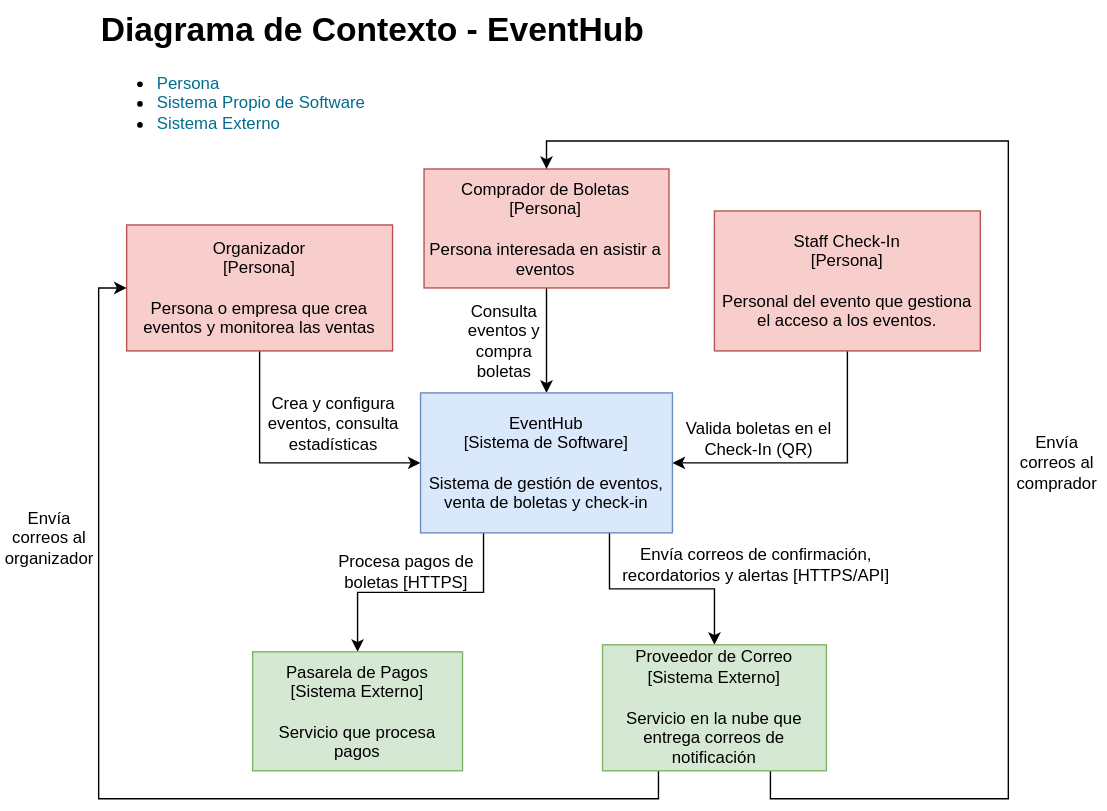
This is docs/diagramas/c1-contexto.svg from vargasesc17/EventHub, a draw.io export, as it was before one commit. Source tidied: cells renumbered, new cells last; positions are measured from the earlier drawing's top-left corner, leaving out a move shared by most shapes. The source it was exported from:
```xml
<mxGraphModel>
  <root>
    <mxCell id="0" />
    <mxCell id="1" parent="0" />
    <mxCell id="2" style="edgeStyle=orthogonalEdgeStyle;rounded=0;jettySize=auto;html=1;exitX=0.5;exitY=1;exitDx=0;exitDy=0;entryX=0;entryY=0.5;entryDx=0;entryDy=0;defaultLabelBackgroundColor=page;" parent="1" edge="1" source="3" target="10">
      <mxGeometry relative="1" as="geometry" />
    </mxCell>
    <mxCell id="3" value="Organizador&lt;div&gt;[Persona]&lt;/div&gt;&lt;div&gt;&lt;br&gt;&lt;/div&gt;&lt;div&gt;Persona o empresa que crea eventos y monitorea las ventas&lt;/div&gt;" style="rounded=0;whiteSpace=wrap;html=1;fillColor=#f8cecc;strokeColor=#b85450;" parent="1" vertex="1">
      <mxGeometry x="90" y="160" width="190" height="90" as="geometry" />
    </mxCell>
    <mxCell id="4" style="edgeStyle=orthogonalEdgeStyle;rounded=0;jettySize=auto;html=1;exitX=0.5;exitY=1;exitDx=0;exitDy=0;entryX=0.5;entryY=0;entryDx=0;entryDy=0;defaultLabelBackgroundColor=page;" parent="1" edge="1" source="5" target="10">
      <mxGeometry relative="1" as="geometry" />
    </mxCell>
    <mxCell id="5" value="Comprador de Boletas&lt;div&gt;[Persona]&lt;/div&gt;&lt;div&gt;&lt;br&gt;&lt;/div&gt;&lt;div&gt;Persona interesada en asistir a eventos&lt;/div&gt;" style="rounded=0;whiteSpace=wrap;html=1;fillColor=#f8cecc;strokeColor=#b85450;" parent="1" vertex="1">
      <mxGeometry x="302.5" y="120" width="175" height="85" as="geometry" />
    </mxCell>
    <mxCell id="6" style="edgeStyle=orthogonalEdgeStyle;rounded=0;jettySize=auto;html=1;exitX=0.5;exitY=1;exitDx=0;exitDy=0;entryX=1;entryY=0.5;entryDx=0;entryDy=0;defaultLabelBackgroundColor=page;" parent="1" edge="1" source="7" target="10">
      <mxGeometry relative="1" as="geometry" />
    </mxCell>
    <mxCell id="7" value="Staff Check-In&lt;div&gt;[Persona]&lt;/div&gt;&lt;div&gt;&lt;br&gt;&lt;/div&gt;&lt;div&gt;Personal del evento que gestiona el acceso a los eventos.&lt;/div&gt;" style="rounded=0;whiteSpace=wrap;html=1;fillColor=#f8cecc;strokeColor=#b85450;" parent="1" vertex="1">
      <mxGeometry x="510" y="150" width="190" height="100" as="geometry" />
    </mxCell>
    <mxCell id="8" style="edgeStyle=orthogonalEdgeStyle;rounded=0;jettySize=auto;html=1;exitX=0.25;exitY=1;exitDx=0;exitDy=0;entryX=0.5;entryY=0;entryDx=0;entryDy=0;defaultLabelBackgroundColor=page;" parent="1" edge="1" source="10" target="14">
      <mxGeometry relative="1" as="geometry" />
    </mxCell>
    <mxCell id="9" style="edgeStyle=orthogonalEdgeStyle;rounded=0;jettySize=auto;html=1;exitX=0.75;exitY=1;exitDx=0;exitDy=0;entryX=0.5;entryY=0;entryDx=0;entryDy=0;defaultLabelBackgroundColor=page;" parent="1" edge="1" source="10" target="17">
      <mxGeometry relative="1" as="geometry" />
    </mxCell>
    <mxCell id="10" value="EventHub&lt;div&gt;[Sistema de Software]&lt;/div&gt;&lt;div&gt;&lt;br&gt;&lt;/div&gt;&lt;div&gt;Sistema de gestión de eventos, venta de boletas y check-in&lt;/div&gt;" style="rounded=0;whiteSpace=wrap;html=1;fillColor=#dae8fc;strokeColor=#6c8ebf;" parent="1" vertex="1">
      <mxGeometry x="300" y="280" width="180" height="100" as="geometry" />
    </mxCell>
    <mxCell id="11" value="Crea y configura eventos, consulta estadísticas" style="text;html=1;whiteSpace=wrap;strokeColor=none;fillColor=none;align=center;verticalAlign=middle;rounded=0;" parent="1" vertex="1">
      <mxGeometry x="183" y="287" width="110" height="30" as="geometry" />
    </mxCell>
    <mxCell id="12" value="Procesa pagos de boletas [HTTPS]" style="text;html=1;whiteSpace=wrap;strokeColor=none;fillColor=none;align=center;verticalAlign=middle;rounded=0;" parent="1" vertex="1">
      <mxGeometry x="240" y="392.5" width="100" height="30" as="geometry" />
    </mxCell>
    <mxCell id="13" value="Valida boletas en el Check-In (QR)" style="text;html=1;whiteSpace=wrap;strokeColor=none;fillColor=none;align=center;verticalAlign=middle;rounded=0;" parent="1" vertex="1">
      <mxGeometry x="482" y="298" width="120" height="30" as="geometry" />
    </mxCell>
    <mxCell id="14" value="Pasarela de Pagos [Sistema Externo]&lt;div&gt;&lt;br&gt;&lt;/div&gt;&lt;div&gt;Servicio que procesa pagos&lt;/div&gt;" style="rounded=0;whiteSpace=wrap;html=1;fillColor=#d5e8d4;strokeColor=#82b366;" parent="1" vertex="1">
      <mxGeometry x="180" y="465" width="150" height="85" as="geometry" />
    </mxCell>
    <mxCell id="15" style="edgeStyle=orthogonalEdgeStyle;rounded=0;jettySize=auto;html=1;exitX=0.25;exitY=1;exitDx=0;exitDy=0;entryX=0;entryY=0.5;entryDx=0;entryDy=0;defaultLabelBackgroundColor=page;" parent="1" edge="1" source="17" target="3">
      <mxGeometry relative="1" as="geometry" />
    </mxCell>
    <mxCell id="16" style="edgeStyle=orthogonalEdgeStyle;rounded=0;jettySize=auto;html=1;exitX=0.75;exitY=1;exitDx=0;exitDy=0;entryX=0.5;entryY=0;entryDx=0;entryDy=0;defaultLabelBackgroundColor=page;" parent="1" edge="1" source="17" target="5">
      <mxGeometry x="-0.36" relative="1" as="geometry">
        <Array as="points">
          <mxPoint x="550" y="570" />
          <mxPoint x="720" y="570" />
          <mxPoint x="720" y="100" />
          <mxPoint x="390" y="100" />
        </Array>
      </mxGeometry>
    </mxCell>
    <mxCell id="17" value="Proveedor de Correo [Sistema Externo]&lt;div&gt;&lt;br&gt;&lt;/div&gt;&lt;div&gt;Servicio en la nube que entrega correos de notificación&lt;/div&gt;" style="rounded=0;whiteSpace=wrap;html=1;fillColor=#d5e8d4;strokeColor=#82b366;" parent="1" vertex="1">
      <mxGeometry x="430" y="460" width="160" height="90" as="geometry" />
    </mxCell>
    <mxCell id="18" value="Consulta eventos y compra boletas" style="text;html=1;whiteSpace=wrap;strokeColor=none;fillColor=none;align=center;verticalAlign=middle;rounded=0;" parent="1" vertex="1">
      <mxGeometry x="330" y="213" width="60" height="60" as="geometry" />
    </mxCell>
    <mxCell id="19" value="Envía correos de confirmación, recordatorios y alertas [HTTPS/API]" style="text;html=1;whiteSpace=wrap;strokeColor=none;fillColor=none;align=center;verticalAlign=middle;rounded=0;" parent="1" vertex="1">
      <mxGeometry x="440" y="379" width="200" height="47" as="geometry" />
    </mxCell>
    <mxCell id="20" value="Envía correos al organizador" style="text;html=1;whiteSpace=wrap;strokeColor=none;fillColor=none;align=center;verticalAlign=middle;rounded=0;" parent="1" vertex="1">
      <mxGeometry y="360" width="70" height="47" as="geometry" />
    </mxCell>
    <mxCell id="21" value="Envía correos al comprador" style="text;html=1;whiteSpace=wrap;strokeColor=none;fillColor=none;align=center;verticalAlign=middle;rounded=0;" parent="1" vertex="1">
      <mxGeometry x="720" y="306.5" width="70" height="47" as="geometry" />
    </mxCell>
    <mxCell id="22" value="&lt;h1 style=&quot;margin-top: 0px;&quot;&gt;Diagrama de Contexto - EventHub&lt;/h1&gt;&lt;p&gt;&lt;/p&gt;&lt;ul&gt;&lt;li&gt;&lt;span style=&quot;color: light-dark(rgb(0, 109, 143), rgb(227, 36, 0));&quot;&gt;Persona&lt;/span&gt;&lt;br&gt;&lt;/li&gt;&lt;li&gt;&lt;font color=&quot;#006d8f&quot;&gt;&lt;span style=&quot;caret-color: rgb(0, 109, 143);&quot;&gt;Sistema Propio de Software&lt;/span&gt;&lt;/font&gt;&lt;/li&gt;&lt;li&gt;&lt;font&gt;&lt;span style=&quot;caret-color: rgb(0, 109, 143); color: light-dark(rgb(0, 109, 143), rgb(77, 153, 0));&quot;&gt;Sistema Externo&lt;/span&gt;&lt;/font&gt;&lt;/li&gt;&lt;/ul&gt;&lt;p&gt;&lt;/p&gt;" style="text;html=1;whiteSpace=wrap;overflow=hidden;rounded=0;" parent="1" vertex="1">
      <mxGeometry x="70" width="400" height="100" as="geometry" />
    </mxCell>
  </root>
</mxGraphModel>
```
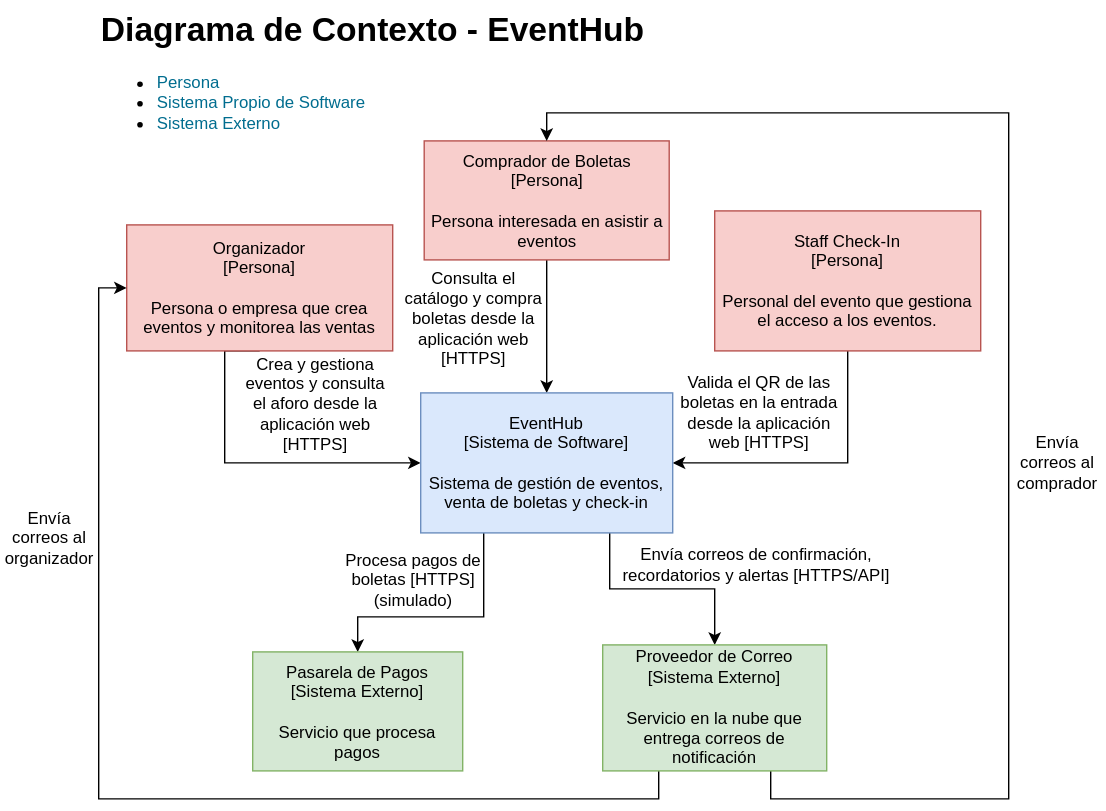
After the commit.

Commit message:
docs(c4): aplicación web en los niveles 1 y 2, y ADR-0005 aceptado (#70)

What changed in the source:
```diff
@@ -3,7 +3,12 @@
     <mxCell id="0" />
     <mxCell id="1" parent="0" />
     <mxCell id="2" style="edgeStyle=orthogonalEdgeStyle;rounded=0;jettySize=auto;html=1;exitX=0.5;exitY=1;exitDx=0;exitDy=0;entryX=0;entryY=0.5;entryDx=0;entryDy=0;defaultLabelBackgroundColor=page;" parent="1" edge="1" source="3" target="10">
-      <mxGeometry relative="1" as="geometry" />
+      <mxGeometry x="0.21" relative="1" as="geometry">
+        <Array as="points">
+          <mxPoint x="160" y="250" />
+          <mxPoint x="160" y="330" />
+        </Array>
+      </mxGeometry>
     </mxCell>
     <mxCell id="3" value="Organizador&lt;div&gt;[Persona]&lt;/div&gt;&lt;div&gt;&lt;br&gt;&lt;/div&gt;&lt;div&gt;Persona o empresa que crea eventos y monitorea las ventas&lt;/div&gt;" style="rounded=0;whiteSpace=wrap;html=1;fillColor=#f8cecc;strokeColor=#b85450;" parent="1" vertex="1">
       <mxGeometry x="90" y="160" width="190" height="90" as="geometry" />
@@ -12,7 +17,7 @@
       <mxGeometry relative="1" as="geometry" />
     </mxCell>
     <mxCell id="5" value="Comprador de Boletas&lt;div&gt;[Persona]&lt;/div&gt;&lt;div&gt;&lt;br&gt;&lt;/div&gt;&lt;div&gt;Persona interesada en asistir a eventos&lt;/div&gt;" style="rounded=0;whiteSpace=wrap;html=1;fillColor=#f8cecc;strokeColor=#b85450;" parent="1" vertex="1">
-      <mxGeometry x="302.5" y="120" width="175" height="85" as="geometry" />
+      <mxGeometry x="302.5" y="100" width="175" height="85" as="geometry" />
     </mxCell>
     <mxCell id="6" style="edgeStyle=orthogonalEdgeStyle;rounded=0;jettySize=auto;html=1;exitX=0.5;exitY=1;exitDx=0;exitDy=0;entryX=1;entryY=0.5;entryDx=0;entryDy=0;defaultLabelBackgroundColor=page;" parent="1" edge="1" source="7" target="10">
       <mxGeometry relative="1" as="geometry" />
@@ -21,7 +26,12 @@
       <mxGeometry x="510" y="150" width="190" height="100" as="geometry" />
     </mxCell>
     <mxCell id="8" style="edgeStyle=orthogonalEdgeStyle;rounded=0;jettySize=auto;html=1;exitX=0.25;exitY=1;exitDx=0;exitDy=0;entryX=0.5;entryY=0;entryDx=0;entryDy=0;defaultLabelBackgroundColor=page;" parent="1" edge="1" source="10" target="14">
-      <mxGeometry relative="1" as="geometry" />
+      <mxGeometry relative="1" as="geometry">
+        <Array as="points">
+          <mxPoint x="345" y="440" />
+          <mxPoint x="255" y="440" />
+        </Array>
+      </mxGeometry>
     </mxCell>
     <mxCell id="9" style="edgeStyle=orthogonalEdgeStyle;rounded=0;jettySize=auto;html=1;exitX=0.75;exitY=1;exitDx=0;exitDy=0;entryX=0.5;entryY=0;entryDx=0;entryDy=0;defaultLabelBackgroundColor=page;" parent="1" edge="1" source="10" target="17">
       <mxGeometry relative="1" as="geometry" />
@@ -29,14 +39,14 @@
     <mxCell id="10" value="EventHub&lt;div&gt;[Sistema de Software]&lt;/div&gt;&lt;div&gt;&lt;br&gt;&lt;/div&gt;&lt;div&gt;Sistema de gestión de eventos, venta de boletas y check-in&lt;/div&gt;" style="rounded=0;whiteSpace=wrap;html=1;fillColor=#dae8fc;strokeColor=#6c8ebf;" parent="1" vertex="1">
       <mxGeometry x="300" y="280" width="180" height="100" as="geometry" />
     </mxCell>
-    <mxCell id="11" value="Crea y configura eventos, consulta estadísticas" style="text;html=1;whiteSpace=wrap;strokeColor=none;fillColor=none;align=center;verticalAlign=middle;rounded=0;" parent="1" vertex="1">
-      <mxGeometry x="183" y="287" width="110" height="30" as="geometry" />
+    <mxCell id="11" value="Crea y gestiona eventos y consulta el aforo desde la aplicación web [HTTPS]" style="text;html=1;whiteSpace=wrap;strokeColor=none;fillColor=none;align=center;verticalAlign=middle;rounded=0;" parent="1" vertex="1">
+      <mxGeometry x="170" y="245" width="110" height="85" as="geometry" />
     </mxCell>
-    <mxCell id="12" value="Procesa pagos de boletas [HTTPS]" style="text;html=1;whiteSpace=wrap;strokeColor=none;fillColor=none;align=center;verticalAlign=middle;rounded=0;" parent="1" vertex="1">
-      <mxGeometry x="240" y="392.5" width="100" height="30" as="geometry" />
+    <mxCell id="12" value="Procesa pagos de boletas [HTTPS] (simulado)" style="text;html=1;whiteSpace=wrap;strokeColor=none;fillColor=none;align=center;verticalAlign=middle;rounded=0;" parent="1" vertex="1">
+      <mxGeometry x="240" y="390" width="110" height="47" as="geometry" />
     </mxCell>
-    <mxCell id="13" value="Valida boletas en el Check-In (QR)" style="text;html=1;whiteSpace=wrap;strokeColor=none;fillColor=none;align=center;verticalAlign=middle;rounded=0;" parent="1" vertex="1">
-      <mxGeometry x="482" y="298" width="120" height="30" as="geometry" />
+    <mxCell id="13" value="Valida el QR de las boletas en la entrada desde la aplicación web [HTTPS]" style="text;html=1;whiteSpace=wrap;strokeColor=none;fillColor=none;align=center;verticalAlign=middle;rounded=0;" parent="1" vertex="1">
+      <mxGeometry x="482" y="263" width="120" height="62" as="geometry" />
     </mxCell>
     <mxCell id="14" value="Pasarela de Pagos [Sistema Externo]&lt;div&gt;&lt;br&gt;&lt;/div&gt;&lt;div&gt;Servicio que procesa pagos&lt;/div&gt;" style="rounded=0;whiteSpace=wrap;html=1;fillColor=#d5e8d4;strokeColor=#82b366;" parent="1" vertex="1">
       <mxGeometry x="180" y="465" width="150" height="85" as="geometry" />
@@ -45,20 +55,20 @@
       <mxGeometry relative="1" as="geometry" />
     </mxCell>
     <mxCell id="16" style="edgeStyle=orthogonalEdgeStyle;rounded=0;jettySize=auto;html=1;exitX=0.75;exitY=1;exitDx=0;exitDy=0;entryX=0.5;entryY=0;entryDx=0;entryDy=0;defaultLabelBackgroundColor=page;" parent="1" edge="1" source="17" target="5">
-      <mxGeometry x="-0.36" relative="1" as="geometry">
+      <mxGeometry x="-0.39" relative="1" as="geometry">
         <Array as="points">
           <mxPoint x="550" y="570" />
           <mxPoint x="720" y="570" />
-          <mxPoint x="720" y="100" />
-          <mxPoint x="390" y="100" />
+          <mxPoint x="720" y="80" />
+          <mxPoint x="390" y="80" />
         </Array>
       </mxGeometry>
     </mxCell>
     <mxCell id="17" value="Proveedor de Correo [Sistema Externo]&lt;div&gt;&lt;br&gt;&lt;/div&gt;&lt;div&gt;Servicio en la nube que entrega correos de notificación&lt;/div&gt;" style="rounded=0;whiteSpace=wrap;html=1;fillColor=#d5e8d4;strokeColor=#82b366;" parent="1" vertex="1">
       <mxGeometry x="430" y="460" width="160" height="90" as="geometry" />
     </mxCell>
-    <mxCell id="18" value="Consulta eventos y compra boletas" style="text;html=1;whiteSpace=wrap;strokeColor=none;fillColor=none;align=center;verticalAlign=middle;rounded=0;" parent="1" vertex="1">
-      <mxGeometry x="330" y="213" width="60" height="60" as="geometry" />
+    <mxCell id="18" value="Consulta el catálogo y compra boletas desde la aplicación web [HTTPS]" style="text;html=1;whiteSpace=wrap;strokeColor=none;fillColor=none;align=center;verticalAlign=middle;rounded=0;" parent="1" vertex="1">
+      <mxGeometry x="283" y="190" width="110" height="73" as="geometry" />
     </mxCell>
     <mxCell id="19" value="Envía correos de confirmación, recordatorios y alertas [HTTPS/API]" style="text;html=1;whiteSpace=wrap;strokeColor=none;fillColor=none;align=center;verticalAlign=middle;rounded=0;" parent="1" vertex="1">
       <mxGeometry x="440" y="379" width="200" height="47" as="geometry" />
```
